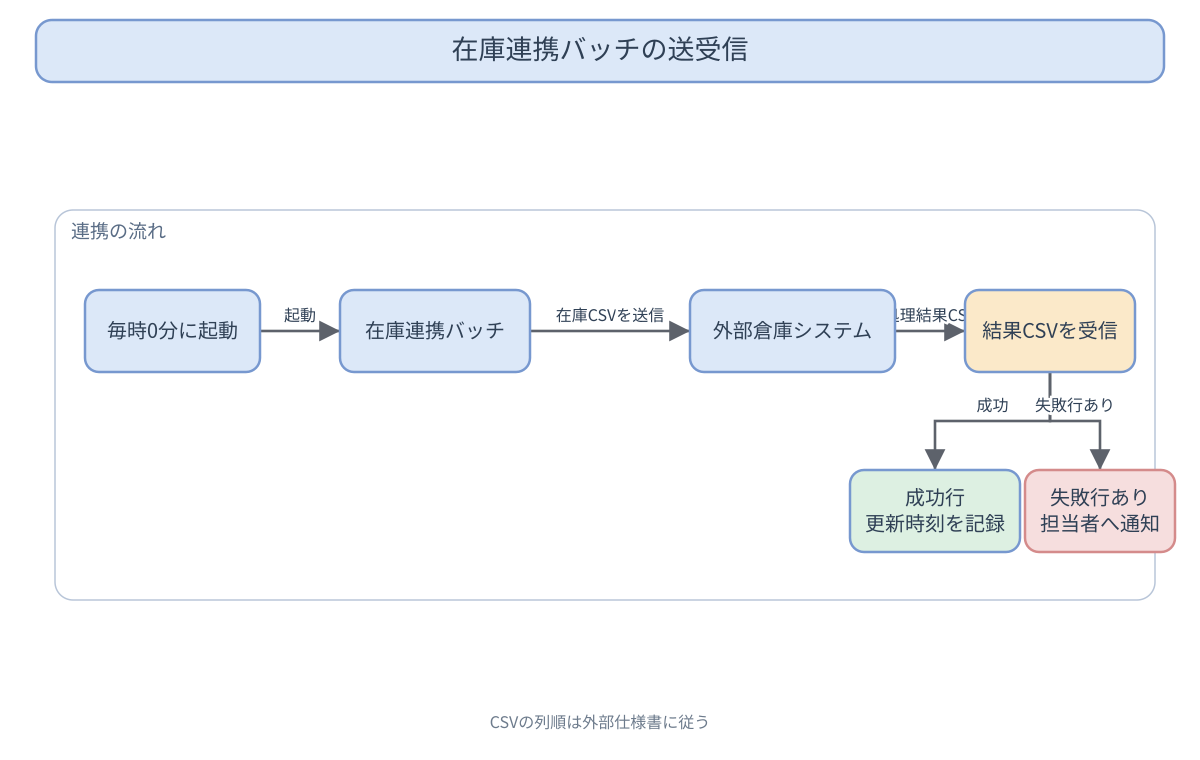
kaku3/workbooks keeps this draw.io diagram as docs/zukai-drill/data/diagrams/easy-stock-sync_good-diagram.drawio.png. Above is the earlier version. Source tidied: cells renumbered, new cells last; positions are measured from the earlier drawing's top-left corner, leaving out a move shared by most shapes.
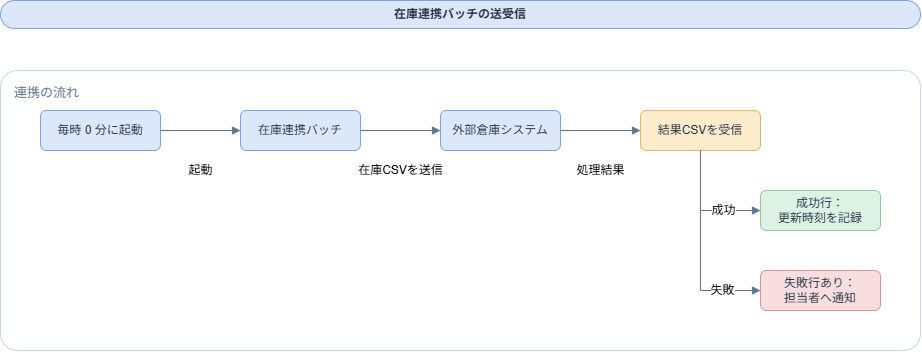
After the change.

What changed in the source:
```diff
@@ -2,44 +2,44 @@
   <root>
     <mxCell id="0" />
     <mxCell id="1" parent="0" />
-    <mxCell id="2" value="在庫連携バッチの送受信" style="rounded=1;whiteSpace=wrap;html=1;fillColor=#DCE8F8;strokeColor=#7798CF;fontColor=#2F4055;fontSize=24;" parent="1" vertex="1">
-      <mxGeometry width="1128" height="62" as="geometry" />
+    <mxCell id="2" value="在庫連携バッチの送受信" style="rounded=1;whiteSpace=wrap;html=1;fillColor=#DCE8FA;strokeColor=#7EA3DE;fontColor=#263445;fontSize=12;fontStyle=1;arcSize=50;" parent="1" vertex="1">
+      <mxGeometry x="4" y="-10" width="920" height="28" as="geometry" />
     </mxCell>
-    <mxCell id="3" value="連携の流れ" style="rounded=1;whiteSpace=wrap;html=1;fillColor=none;strokeColor=#B8C5D8;fontColor=#596C85;fontSize=18;verticalAlign=top;align=left;spacingTop=8;spacingLeft=10;" parent="1" vertex="1">
-      <mxGeometry x="19" y="190" width="1100" height="390" as="geometry" />
+    <mxCell id="3" value="連携の流れ" style="rounded=1;whiteSpace=wrap;html=1;fillColor=#FFFFFF;fillOpacity=70;strokeColor=#CBD5E1;fontColor=#64748B;fontSize=13;verticalAlign=top;align=left;spacingLeft=12;spacingTop=8;arcSize=6;" parent="1" vertex="1">
+      <mxGeometry x="4" y="60" width="920" height="280" as="geometry" />
     </mxCell>
+    <mxCell id="15" value="毎時 0 分に起動" style="rounded=1;whiteSpace=wrap;html=1;fillColor=#DCE8FA;strokeColor=#7EA3DE;fontColor=#263445;fontSize=12;" parent="1" vertex="1">
+      <mxGeometry x="44" y="100" width="120" height="40" as="geometry" />
+    </mxCell>
+    <mxCell id="10" value="在庫連携バッチ" style="rounded=1;whiteSpace=wrap;html=1;fillColor=#DCE8FA;strokeColor=#7EA3DE;fontColor=#263445;fontSize=12;" parent="1" vertex="1">
+      <mxGeometry x="244" y="100" width="120" height="40" as="geometry" />
+    </mxCell>
+    <mxCell id="11" value="外部倉庫システム" style="rounded=1;whiteSpace=wrap;html=1;fillColor=#DCE8FA;strokeColor=#7EA3DE;fontColor=#263445;fontSize=12;" parent="1" vertex="1">
+      <mxGeometry x="444" y="100" width="120" height="40" as="geometry" />
+    </mxCell>
+    <mxCell id="12" value="結果CSVを受信" style="rounded=1;whiteSpace=wrap;html=1;fillColor=#FCECCB;strokeColor=#D8B96D;fontColor=#263445;fontSize=12;" parent="1" vertex="1">
+      <mxGeometry x="644" y="100" width="120" height="40" as="geometry" />
+    </mxCell>
-    <mxCell id="4" value="起動" style="edgeStyle=orthogonalEdgeStyle;rounded=0;jettySize=auto;html=1;endArrow=block;endFill=1;strokeColor=#5D626B;fontColor=#2F4055;fontSize=15;" parent="1" edge="1" source="9" target="10">
-      <mxGeometry relative="1" as="geometry" />
+    <mxCell id="4" value="起動" style="edgeStyle=orthogonalEdgeStyle;rounded=0;jettySize=auto;html=1;endArrow=block;endFill=1;strokeColor=#64748B;fontSize=12;" parent="1" edge="1" source="15" target="10">
+      <mxGeometry y="-40" relative="1" as="geometry" />
     </mxCell>
-    <mxCell id="5" value="在庫CSVを送信" style="edgeStyle=orthogonalEdgeStyle;rounded=0;jettySize=auto;html=1;endArrow=block;endFill=1;strokeColor=#5D626B;fontColor=#2F4055;fontSize=15;" parent="1" edge="1" source="10" target="11">
-      <mxGeometry relative="1" as="geometry" />
+    <mxCell id="5" value="在庫CSVを送信" style="edgeStyle=orthogonalEdgeStyle;rounded=0;jettySize=auto;html=1;endArrow=block;endFill=1;strokeColor=#64748B;fontSize=12;" parent="1" edge="1" source="10" target="11">
+      <mxGeometry y="-40" relative="1" as="geometry" />
     </mxCell>
-    <mxCell id="6" value="処理結果CSV" style="edgeStyle=orthogonalEdgeStyle;rounded=0;jettySize=auto;html=1;endArrow=block;endFill=1;strokeColor=#5D626B;fontColor=#2F4055;fontSize=15;" parent="1" edge="1" source="11" target="12">
-      <mxGeometry relative="1" as="geometry" />
+    <mxCell id="6" value="処理結果" style="edgeStyle=orthogonalEdgeStyle;rounded=0;jettySize=auto;html=1;endArrow=block;endFill=1;strokeColor=#64748B;fontSize=12;" parent="1" edge="1" source="11" target="12">
+      <mxGeometry y="-40" relative="1" as="geometry" />
     </mxCell>
+    <mxCell id="16" value="成功行：&lt;div&gt;更新時刻を記録&lt;/div&gt;" style="rounded=1;whiteSpace=wrap;html=1;fillColor=#DDF2E4;strokeColor=#91C99C;fontColor=#263445;fontSize=12;" parent="1" vertex="1">
+      <mxGeometry x="764" y="180" width="120" height="40" as="geometry" />
+    </mxCell>
+    <mxCell id="17" value="失敗行あり：&lt;div&gt;担当者へ通知&lt;/div&gt;" style="rounded=1;whiteSpace=wrap;html=1;fillColor=#F8DEDE;strokeColor=#D99595;fontColor=#263445;fontSize=12;" parent="1" vertex="1">
+      <mxGeometry x="764" y="260" width="120" height="40" as="geometry" />
+    </mxCell>
-    <mxCell id="7" value="成功" style="edgeStyle=orthogonalEdgeStyle;rounded=0;jettySize=auto;html=1;endArrow=block;endFill=1;strokeColor=#5D626B;fontColor=#2F4055;fontSize=15;" parent="1" edge="1" source="12" target="13">
-      <mxGeometry relative="1" as="geometry" />
+    <mxCell id="7" value="成功" style="edgeStyle=orthogonalEdgeStyle;rounded=0;jettySize=auto;html=1;endArrow=block;endFill=1;strokeColor=#64748B;fontSize=12;entryX=0;entryY=0.5;entryDx=0;entryDy=0;" parent="1" edge="1" source="12" target="16">
+      <mxGeometry x="0.38" relative="1" as="geometry" />
     </mxCell>
-    <mxCell id="8" value="失敗行あり" style="edgeStyle=orthogonalEdgeStyle;rounded=0;jettySize=auto;html=1;endArrow=block;endFill=1;strokeColor=#5D626B;fontColor=#2F4055;fontSize=15;" parent="1" edge="1" source="12" target="14">
-      <mxGeometry relative="1" as="geometry" />
-    </mxCell>
-    <mxCell id="9" value="毎時0分に起動" style="rounded=1;whiteSpace=wrap;html=1;fillColor=#DCE8F8;strokeColor=#7798CF;fontColor=#2F4055;fontSize=20;" parent="1" vertex="1">
-      <mxGeometry x="49" y="270" width="175" height="82" as="geometry" />
-    </mxCell>
-    <mxCell id="10" value="在庫連携バッチ" style="rounded=1;whiteSpace=wrap;html=1;fillColor=#DCE8F8;strokeColor=#7798CF;fontColor=#2F4055;fontSize=20;" parent="1" vertex="1">
-      <mxGeometry x="304" y="270" width="190" height="82" as="geometry" />
-    </mxCell>
-    <mxCell id="11" value="外部倉庫システム" style="rounded=1;whiteSpace=wrap;html=1;fillColor=#DCE8F8;strokeColor=#7798CF;fontColor=#2F4055;fontSize=20;" parent="1" vertex="1">
-      <mxGeometry x="654" y="270" width="205" height="82" as="geometry" />
-    </mxCell>
-    <mxCell id="12" value="結果CSVを受信" style="rounded=1;whiteSpace=wrap;html=1;fillColor=#FBE9C9;strokeColor=#7798CF;fontColor=#2F4055;fontSize=20;" parent="1" vertex="1">
-      <mxGeometry x="929" y="270" width="170" height="82" as="geometry" />
-    </mxCell>
-    <mxCell id="13" value="成功行&lt;br&gt;更新時刻を記録" style="rounded=1;whiteSpace=wrap;html=1;fillColor=#DDF0E2;strokeColor=#7798CF;fontColor=#2F4055;fontSize=20;" parent="1" vertex="1">
-      <mxGeometry x="814" y="450" width="170" height="82" as="geometry" />
-    </mxCell>
-    <mxCell id="14" value="失敗行あり&lt;br&gt;担当者へ通知" style="rounded=1;whiteSpace=wrap;html=1;fillColor=#F6DEDE;strokeColor=#D48B8B;fontColor=#2F4055;fontSize=20;" parent="1" vertex="1">
-      <mxGeometry x="989" y="450" width="150" height="82" as="geometry" />
-    </mxCell>
+    <mxCell id="18" value="失敗" style="edgeStyle=orthogonalEdgeStyle;rounded=0;jettySize=auto;html=1;endArrow=block;endFill=1;strokeColor=#64748B;fontSize=12;entryX=0;entryY=0.5;entryDx=0;entryDy=0;" parent="1" edge="1" source="12" target="17">
+      <mxGeometry x="0.62" relative="1" as="geometry" />
+    </mxCell>
   </root>
 </mxGraphModel>
```
